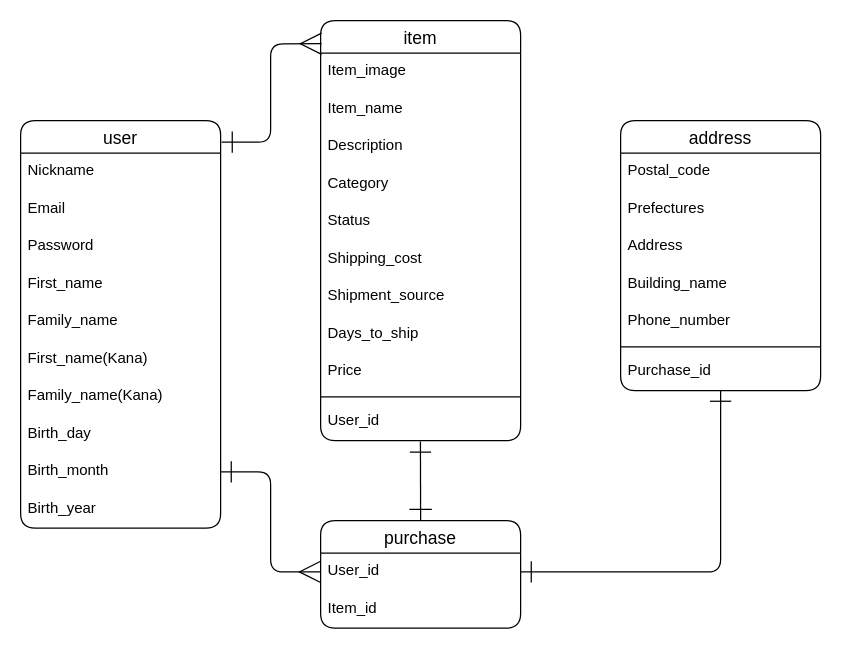
haru-moja/furima-31642 keeps this draw.io diagram as furima.dio. Above is the earlier version. Source tidied: cells renumbered, new cells numbered last; positions are measured from the earlier drawing's top-left corner, leaving out a move shared by most shapes. Both pictures are drawn from the tidied source at 125%, with x=0, y=0 at pixel (20, 20).
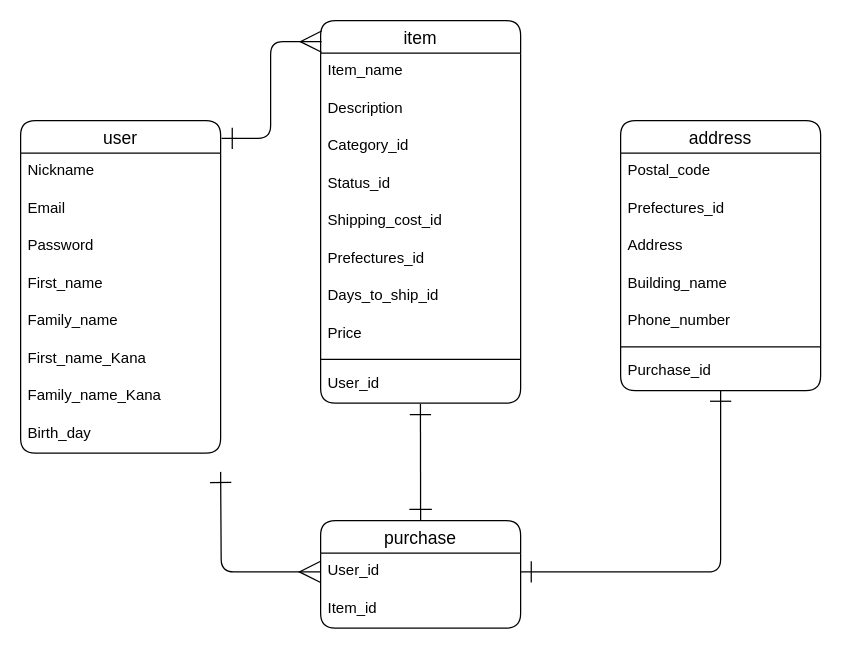
The same page after the edit.

Unchanged cells that the change refers to:
```xml
<mxCell id="13" value="address" style="swimlane;fontStyle=0;horizontal=1;startSize=26;align=center;fontSize=14;rounded=1;" parent="1" vertex="1">
  <mxGeometry x="480" y="80" width="160" height="216" as="geometry" />
</mxCell>
<mxCell id="23" value="User_id" style="text;strokeColor=none;fillColor=none;spacingLeft=4;spacingRight=4;overflow=hidden;points=[[0,0.5],[1,0.5]];portConstraint=eastwest;fontSize=12;" parent="22" vertex="1">
  <mxGeometry y="26" width="160" height="30" as="geometry" />
</mxCell>
```

Change to the diagram source:
```diff
@@
     <mxCell id="2" value="user" style="swimlane;fontStyle=0;horizontal=1;startSize=26;align=center;fontSize=14;swimlaneFillColor=none;rounded=1;" parent="1" vertex="1">
-      <mxGeometry y="80" width="160" height="326" as="geometry" />
+      <mxGeometry y="80" width="160" height="266" as="geometry" />
     </mxCell>
@@
-    <mxCell id="8" value="First_name(Kana)" style="text;strokeColor=none;fillColor=none;spacingLeft=4;spacingRight=4;overflow=hidden;fontSize=12;rounded=1;" parent="2" vertex="1">
+    <mxCell id="8" value="First_name_Kana" style="text;strokeColor=none;fillColor=none;spacingLeft=4;spacingRight=4;overflow=hidden;fontSize=12;rounded=1;" parent="2" vertex="1">
       <mxGeometry y="176" width="160" height="30" as="geometry" />
     </mxCell>
-    <mxCell id="9" value="Family_name(Kana)" style="text;strokeColor=none;fillColor=none;spacingLeft=4;spacingRight=4;overflow=hidden;fontSize=12;rounded=1;" parent="2" vertex="1">
+    <mxCell id="9" value="Family_name_Kana" style="text;strokeColor=none;fillColor=none;spacingLeft=4;spacingRight=4;overflow=hidden;fontSize=12;rounded=1;" parent="2" vertex="1">
       <mxGeometry y="206" width="160" height="30" as="geometry" />
     </mxCell>
@@
-    <mxCell id="11" value="Birth_month" style="text;strokeColor=none;fillColor=none;spacingLeft=4;spacingRight=4;overflow=hidden;points=[[0,0.5],[1,0.5]];portConstraint=eastwest;fontSize=12;rounded=1;" parent="2" vertex="1">
-      <mxGeometry y="266" width="160" height="30" as="geometry" />
-    </mxCell>
-    <mxCell id="12" value="Birth_year" style="text;strokeColor=none;fillColor=none;spacingLeft=4;spacingRight=4;overflow=hidden;fontSize=12;rounded=1;" parent="2" vertex="1">
-      <mxGeometry y="296" width="160" height="30" as="geometry" />
-    </mxCell>
@@
-    <mxCell id="15" value="Prefectures" style="text;strokeColor=none;fillColor=none;spacingLeft=4;spacingRight=4;overflow=hidden;fontSize=12;" parent="13" vertex="1">
+    <mxCell id="15" value="Prefectures_id" style="text;strokeColor=none;fillColor=none;spacingLeft=4;spacingRight=4;overflow=hidden;fontSize=12;" parent="13" vertex="1">
       <mxGeometry y="56" width="160" height="30" as="geometry" />
     </mxCell>
@@
     <mxCell id="25" value="item" style="swimlane;fontStyle=0;horizontal=1;startSize=26;align=center;fontSize=14;rounded=1;" parent="1" vertex="1">
-      <mxGeometry x="240" width="160" height="336" as="geometry" />
+      <mxGeometry x="240" width="160" height="306" as="geometry" />
     </mxCell>
-    <mxCell id="26" value="Item_image" style="text;strokeColor=none;fillColor=none;spacingLeft=4;spacingRight=4;overflow=hidden;fontSize=12;rounded=1;" parent="25" vertex="1">
-      <mxGeometry y="26" width="160" height="30" as="geometry" />
-    </mxCell>
     <mxCell id="27" value="Item_name" style="text;strokeColor=none;fillColor=none;spacingLeft=4;spacingRight=4;overflow=hidden;fontSize=12;rounded=1;" parent="25" vertex="1">
-      <mxGeometry y="56" width="160" height="30" as="geometry" />
+      <mxGeometry y="26" width="160" height="30" as="geometry" />
     </mxCell>
     <mxCell id="28" value="Description" style="text;strokeColor=none;fillColor=none;spacingLeft=4;spacingRight=4;overflow=hidden;fontSize=12;rounded=1;" parent="25" vertex="1">
-      <mxGeometry y="86" width="160" height="30" as="geometry" />
+      <mxGeometry y="56" width="160" height="30" as="geometry" />
     </mxCell>
-    <mxCell id="29" value="Category" style="text;strokeColor=none;fillColor=none;spacingLeft=4;spacingRight=4;overflow=hidden;fontSize=12;rounded=1;" parent="25" vertex="1">
-      <mxGeometry y="116" width="160" height="30" as="geometry" />
+    <mxCell id="29" value="Category_id" style="text;strokeColor=none;fillColor=none;spacingLeft=4;spacingRight=4;overflow=hidden;fontSize=12;rounded=1;" parent="25" vertex="1">
+      <mxGeometry y="86" width="160" height="30" as="geometry" />
     </mxCell>
-    <mxCell id="30" value="Status" style="text;strokeColor=none;fillColor=none;spacingLeft=4;spacingRight=4;overflow=hidden;fontSize=12;rounded=1;" parent="25" vertex="1">
-      <mxGeometry y="146" width="160" height="30" as="geometry" />
+    <mxCell id="30" value="Status_id" style="text;strokeColor=none;fillColor=none;spacingLeft=4;spacingRight=4;overflow=hidden;fontSize=12;rounded=1;" parent="25" vertex="1">
+      <mxGeometry y="116" width="160" height="30" as="geometry" />
     </mxCell>
-    <mxCell id="31" value="Shipping_cost" style="text;strokeColor=none;fillColor=none;spacingLeft=4;spacingRight=4;overflow=hidden;fontSize=12;rounded=1;" parent="25" vertex="1">
-      <mxGeometry y="176" width="160" height="30" as="geometry" />
+    <mxCell id="31" value="Shipping_cost_id" style="text;strokeColor=none;fillColor=none;spacingLeft=4;spacingRight=4;overflow=hidden;fontSize=12;rounded=1;" parent="25" vertex="1">
+      <mxGeometry y="146" width="160" height="30" as="geometry" />
     </mxCell>
-    <mxCell id="32" value="Shipment_source" style="text;strokeColor=none;fillColor=none;spacingLeft=4;spacingRight=4;overflow=hidden;fontSize=12;rounded=1;" parent="25" vertex="1">
-      <mxGeometry y="206" width="160" height="30" as="geometry" />
+    <mxCell id="32" value="Prefectures_id" style="text;strokeColor=none;fillColor=none;spacingLeft=4;spacingRight=4;overflow=hidden;fontSize=12;rounded=1;" parent="25" vertex="1">
+      <mxGeometry y="176" width="160" height="30" as="geometry" />
     </mxCell>
-    <mxCell id="33" value="Days_to_ship" style="text;strokeColor=none;fillColor=none;spacingLeft=4;spacingRight=4;overflow=hidden;fontSize=12;rounded=1;" parent="25" vertex="1">
-      <mxGeometry y="236" width="160" height="30" as="geometry" />
+    <mxCell id="33" value="Days_to_ship_id" style="text;strokeColor=none;fillColor=none;spacingLeft=4;spacingRight=4;overflow=hidden;fontSize=12;rounded=1;" parent="25" vertex="1">
+      <mxGeometry y="206" width="160" height="30" as="geometry" />
     </mxCell>
     <mxCell id="34" value="Price" style="text;strokeColor=none;fillColor=none;spacingLeft=4;spacingRight=4;overflow=hidden;fontSize=12;rounded=1;" parent="25" vertex="1">
-      <mxGeometry y="266" width="160" height="30" as="geometry" />
+      <mxGeometry y="236" width="160" height="30" as="geometry" />
     </mxCell>
     <mxCell id="35" style="line;strokeWidth=1;dashed=0;labelPosition=right;align=left;verticalAlign=middle;spacingTop=0;spacingLeft=6;rounded=1;" parent="25" vertex="1">
-      <mxGeometry y="296" width="160" height="10" as="geometry" />
+      <mxGeometry y="266" width="160" height="10" as="geometry" />
     </mxCell>
     <mxCell id="36" value="User_id" style="text;strokeColor=none;fillColor=none;spacingLeft=4;spacingRight=4;overflow=hidden;points=[[0,0.5],[1,0.5]];portConstraint=eastwest;fontSize=12;rounded=1;" parent="25" vertex="1">
-      <mxGeometry y="306" width="160" height="30" as="geometry" />
+      <mxGeometry y="276" width="160" height="30" as="geometry" />
     </mxCell>
@@
-    <mxCell id="38" style="edgeStyle=orthogonalEdgeStyle;rounded=1;jettySize=auto;html=1;entryX=0;entryY=0.5;entryDx=0;entryDy=0;endSize=15;startSize=15;endArrow=ERmany;endFill=0;startArrow=ERone;startFill=0;exitX=1;exitY=0.5;exitDx=0;exitDy=0;" parent="1" edge="1" source="11" target="23">
-      <mxGeometry relative="1" as="geometry" />
+    <mxCell id="38" style="edgeStyle=orthogonalEdgeStyle;rounded=1;jettySize=auto;html=1;entryX=0;entryY=0.5;entryDx=0;entryDy=0;endSize=15;startSize=15;endArrow=ERmany;endFill=0;startArrow=ERone;startFill=0;exitX=1;exitY=0.5;exitDx=0;exitDy=0;" parent="1" edge="1" target="23">
+      <mxGeometry relative="1" as="geometry">
+        <mxPoint x="160" y="361" as="sourcePoint" />
+      </mxGeometry>
     </mxCell>
```
